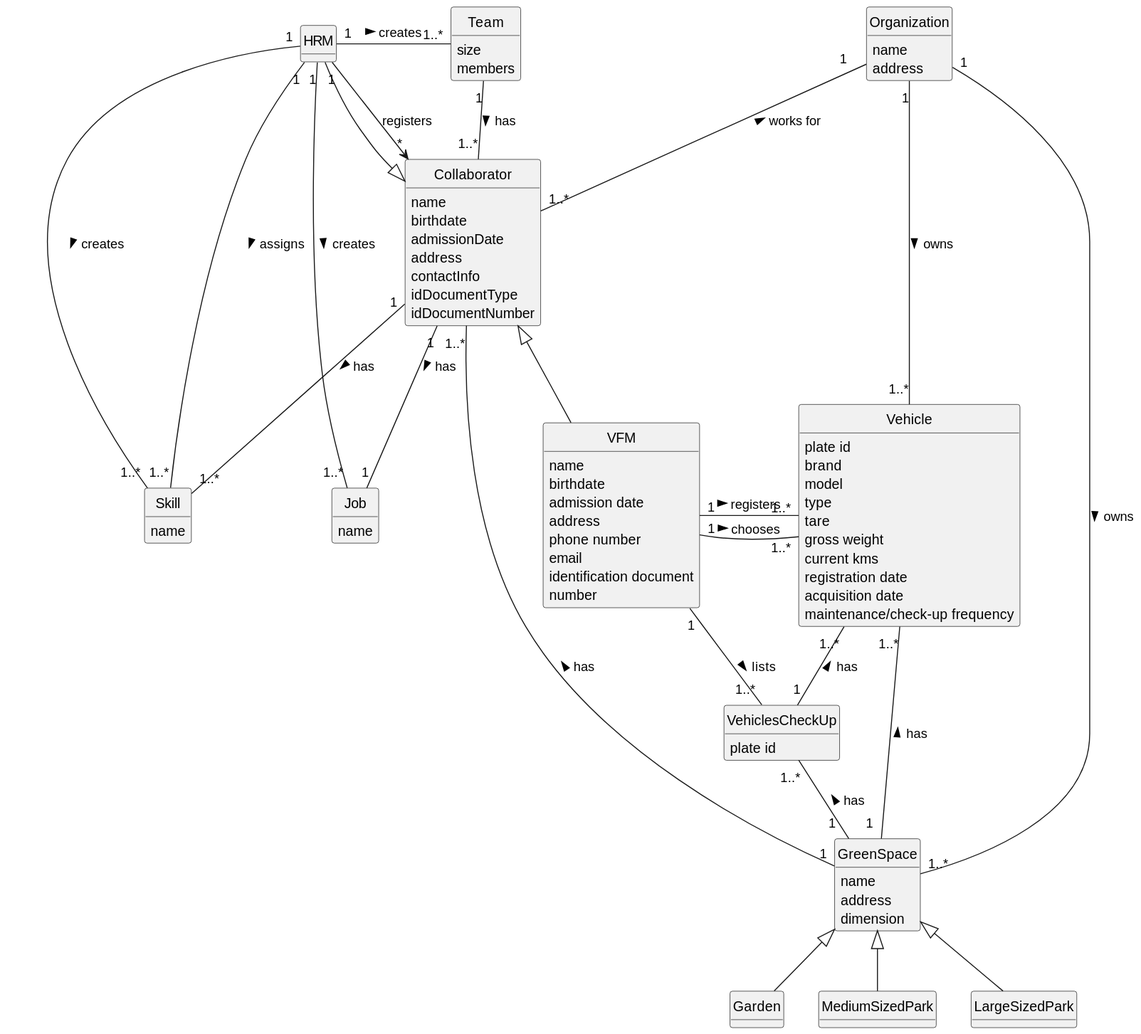
The PlantUML diagram docs/sprintA/global-artifacts/02.analysis/svg/project-domain-model.svg in diogoveirospro/lei-24-s2-1dg-g072, before a commit.
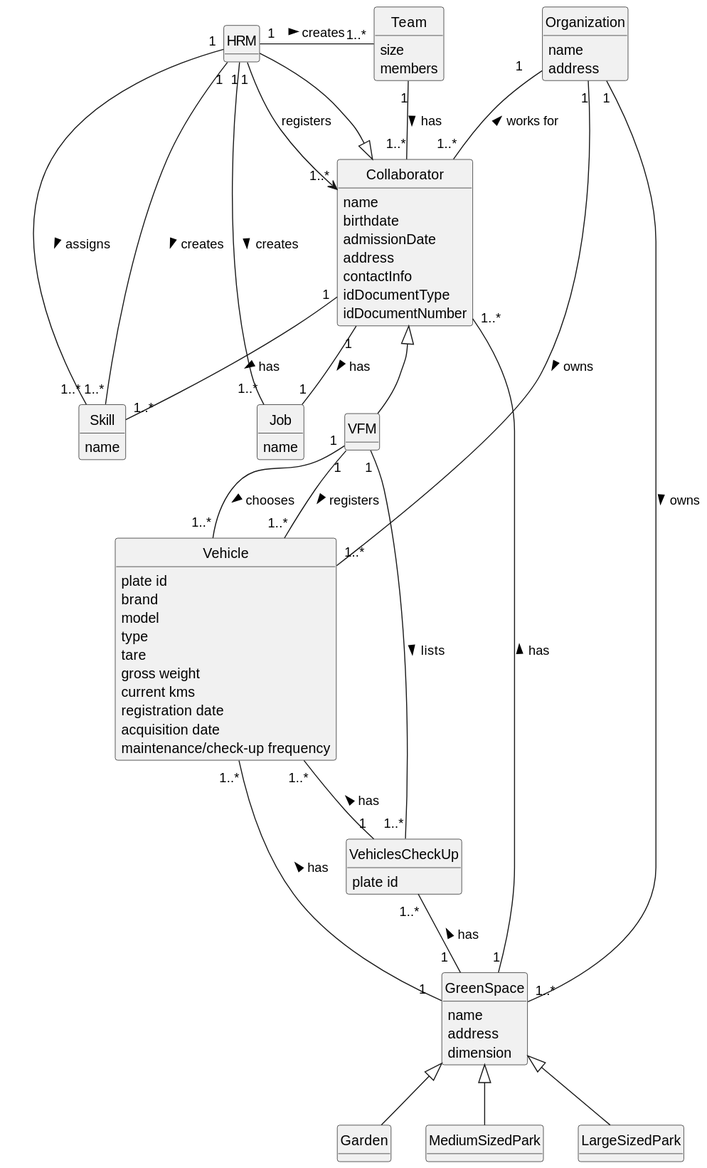
The same diagram one commit later.

Commit message:
Changed the gloval model so it was in acord with the US

Diff of the diagram source:
```diff
@@ -74,14 +74,7 @@
 }
 
 class VFM {
-    name
-    birthdate
-    admission date
-    address
-    phone number
-    email
-    identification document
-    number
+
 }
 
 class VehiclesCheckUp {
@@ -100,7 +93,7 @@
 
 HRM "1" -- "1..*" Job : creates >
 
-HRM "1" --> "*" Collaborator : registers
+HRM "1" --> "1..*" Collaborator : registers
 
 HRM "1" -- "1..*" Skill : assigns >
 Collaborator "1" -- "1..*" Skill : has >
@@ -111,9 +104,9 @@
 
 Collaborator <|-- VFM
 
-VFM "1"--"   1..*" Vehicle: registers >
+VFM "1" -- "1..*" Vehicle: registers >
 
-VFM "1"-"   1..*" Vehicle: chooses >
+VFM "1"-- "1..*" Vehicle: chooses >
 Vehicle "1..*" -- "1  " GreenSpace: has <
 
 VFM "1" -- "1..*" VehiclesCheckUp: lists >
```
